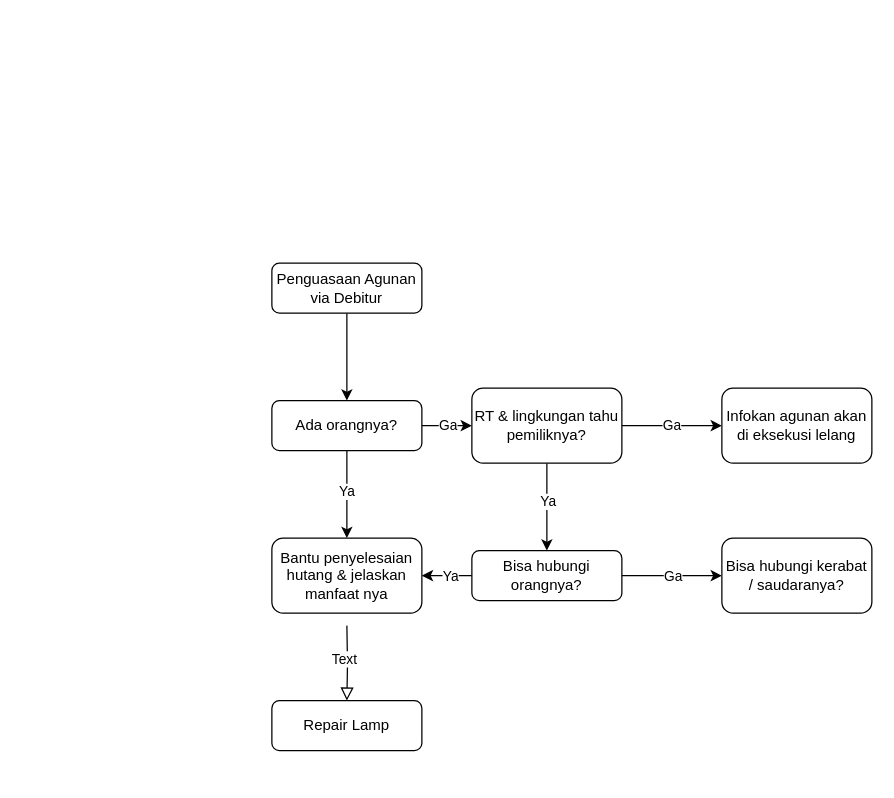
Above: Untitled Diagram.drawio in syamsulalam/diagrams.net (draw.io), before the change. Source tidied: cells renumbered, new cells numbered last; positions are measured from the earlier drawing's top-left corner, leaving out a move shared by most shapes. Both pictures are drawn from the tidied source at 125%, with x=0, y=0 at pixel (271, 262).
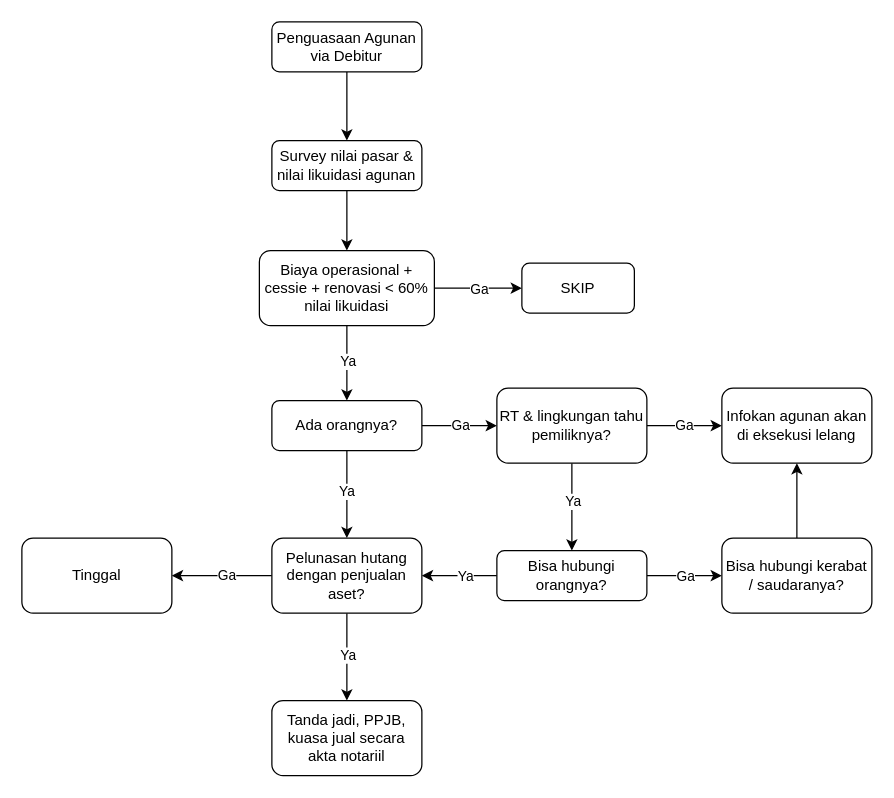
The same diagram, later.

The change refers to these unchanged cells:
```xml
<mxCell id="2" style="edgeStyle=orthogonalEdgeStyle;rounded=0;jettySize=auto;html=1;" parent="1" edge="1" source="3" target="23">
  <mxGeometry relative="1" as="geometry" />
</mxCell>
<mxCell id="16" value="Infokan agunan akan di eksekusi lelang" style="rounded=1;whiteSpace=wrap;html=1;glass=0;strokeWidth=1;shadow=0;" parent="1" vertex="1">
  <mxGeometry x="360" y="100" width="120" height="60" as="geometry" />
</mxCell>
<mxCell id="17" value="Bisa hubungi kerabat / saudaranya?" style="rounded=1;whiteSpace=wrap;html=1;glass=0;strokeWidth=1;shadow=0;" parent="1" vertex="1">
  <mxGeometry x="360" y="220" width="120" height="60" as="geometry" />
</mxCell>
```

Diff of the diagram source:
```diff
@@
+    <mxCell id="24" value="Ya" style="edgeLabel;html=1;align=center;verticalAlign=middle;" parent="2" vertex="1">
+      <mxGeometry x="0.03" relative="1" as="geometry">
+        <mxPoint y="-3" as="offset" />
+      </mxGeometry>
+    </mxCell>
+    <mxCell id="25" style="edgeStyle=orthogonalEdgeStyle;rounded=0;jettySize=auto;html=1;" parent="1" edge="1" source="3" target="38">
+      <mxGeometry relative="1" as="geometry" />
+    </mxCell>
+    <mxCell id="26" value="Ga" style="edgeLabel;html=1;align=center;verticalAlign=middle;" parent="25" vertex="1">
+      <mxGeometry x="-0.17" relative="1" as="geometry">
+        <mxPoint x="6" as="offset" />
+      </mxGeometry>
+    </mxCell>
-    <mxCell id="3" value="Penguasaan Agunan via Debitur" style="rounded=1;whiteSpace=wrap;html=1;fontSize=12;glass=0;strokeWidth=1;shadow=0;" parent="1" vertex="1">
-      <mxGeometry width="120" height="40" as="geometry" />
+    <mxCell id="3" value="Biaya operasional + cessie + renovasi &amp;lt; 60% nilai likuidasi" style="rounded=1;whiteSpace=wrap;html=1;fontSize=12;glass=0;strokeWidth=1;shadow=0;" parent="1" vertex="1">
+      <mxGeometry x="-10" y="-10" width="140" height="60" as="geometry" />
     </mxCell>
@@
     <mxCell id="7" value="RT &amp;amp; lingkungan tahu pemiliknya?" style="rounded=1;whiteSpace=wrap;html=1;fontSize=12;glass=0;strokeWidth=1;shadow=0;" parent="1" vertex="1">
-      <mxGeometry x="160" y="100" width="120" height="60" as="geometry" />
+      <mxGeometry x="180" y="100" width="120" height="60" as="geometry" />
     </mxCell>
-    <mxCell id="8" style="rounded=0;html=1;jettySize=auto;fontSize=11;endArrow=block;endFill=0;endSize=8;strokeWidth=1;shadow=0;labelBackgroundColor=none;edgeStyle=orthogonalEdgeStyle;" parent="1" edge="1" target="10">
-      <mxGeometry x="0.33" y="20" relative="1" as="geometry">
-        <mxPoint x="60" y="290" as="sourcePoint" />
-      </mxGeometry>
-    </mxCell>
-    <mxCell id="9" value="Text" style="edgeLabel;html=1;align=center;verticalAlign=middle;" parent="8" vertex="1">
-      <mxGeometry x="-0.13" y="-3" relative="1" as="geometry" />
-    </mxCell>
-    <mxCell id="10" value="Repair Lamp" style="rounded=1;whiteSpace=wrap;html=1;fontSize=12;glass=0;strokeWidth=1;shadow=0;" parent="1" vertex="1">
-      <mxGeometry y="350" width="120" height="40" as="geometry" />
-    </mxCell>
@@
     <mxCell id="15" value="Bisa hubungi orangnya?" style="rounded=1;whiteSpace=wrap;html=1;fontSize=12;glass=0;strokeWidth=1;shadow=0;" parent="1" vertex="1">
-      <mxGeometry x="160" y="230" width="120" height="40" as="geometry" />
+      <mxGeometry x="180" y="230" width="120" height="40" as="geometry" />
     </mxCell>
@@
+    <mxCell id="27" style="edgeStyle=orthogonalEdgeStyle;rounded=0;jettySize=auto;html=1;" parent="1" edge="1" source="17" target="16">
+      <mxGeometry relative="1" as="geometry" />
+    </mxCell>
@@
+    <mxCell id="28" style="edgeStyle=orthogonalEdgeStyle;rounded=0;jettySize=auto;html=1;entryX=0.5;entryY=0;entryDx=0;entryDy=0;" parent="1" edge="1" source="18" target="33">
+      <mxGeometry relative="1" as="geometry" />
+    </mxCell>
+    <mxCell id="29" value="Ya" style="edgeLabel;html=1;align=center;verticalAlign=middle;" parent="28" vertex="1">
+      <mxGeometry x="-0.07" relative="1" as="geometry" />
+    </mxCell>
+    <mxCell id="30" style="edgeStyle=orthogonalEdgeStyle;rounded=0;jettySize=auto;html=1;" parent="1" edge="1" source="18" target="32">
+      <mxGeometry relative="1" as="geometry" />
+    </mxCell>
+    <mxCell id="31" value="Ga" style="edgeLabel;html=1;align=center;verticalAlign=middle;" parent="30" vertex="1">
+      <mxGeometry x="-0.07" y="-1" relative="1" as="geometry" />
+    </mxCell>
-    <mxCell id="18" value="Bantu penyelesaian hutang &amp;amp; jelaskan manfaat nya" style="whiteSpace=wrap;html=1;rounded=1;glass=0;strokeWidth=1;shadow=0;" parent="1" vertex="1">
+    <mxCell id="18" value="Pelunasan hutang dengan penjualan aset?" style="whiteSpace=wrap;html=1;rounded=1;glass=0;strokeWidth=1;shadow=0;" parent="1" vertex="1">
       <mxGeometry y="220" width="120" height="60" as="geometry" />
     </mxCell>
@@
+    <mxCell id="32" value="Tinggal" style="whiteSpace=wrap;html=1;rounded=1;glass=0;strokeWidth=1;shadow=0;" parent="1" vertex="1">
+      <mxGeometry x="-200" y="220" width="120" height="60" as="geometry" />
+    </mxCell>
+    <mxCell id="33" value="Tanda jadi, PPJB, kuasa jual secara akta notariil" style="whiteSpace=wrap;html=1;rounded=1;glass=0;strokeWidth=1;shadow=0;" parent="1" vertex="1">
+      <mxGeometry y="350" width="120" height="60" as="geometry" />
+    </mxCell>
+    <mxCell id="34" style="edgeStyle=orthogonalEdgeStyle;rounded=0;jettySize=auto;html=1;" parent="1" edge="1" source="35" target="3">
+      <mxGeometry relative="1" as="geometry" />
+    </mxCell>
+    <mxCell id="35" value="Survey nilai pasar &amp;amp; nilai likuidasi agunan" style="rounded=1;whiteSpace=wrap;html=1;fontSize=12;glass=0;strokeWidth=1;shadow=0;" parent="1" vertex="1">
+      <mxGeometry y="-98" width="120" height="40" as="geometry" />
+    </mxCell>
+    <mxCell id="36" style="edgeStyle=orthogonalEdgeStyle;rounded=0;jettySize=auto;html=1;" parent="1" edge="1" source="37" target="35">
+      <mxGeometry relative="1" as="geometry" />
+    </mxCell>
+    <mxCell id="37" value="Penguasaan Agunan via Debitur" style="rounded=1;whiteSpace=wrap;html=1;fontSize=12;glass=0;strokeWidth=1;shadow=0;" parent="1" vertex="1">
+      <mxGeometry y="-193" width="120" height="40" as="geometry" />
+    </mxCell>
+    <mxCell id="38" value="SKIP" style="whiteSpace=wrap;html=1;rounded=1;glass=0;strokeWidth=1;shadow=0;" parent="1" vertex="1">
+      <mxGeometry x="200" width="90" height="40" as="geometry" />
+    </mxCell>
+    <mxCell id="39" style="edgeStyle=orthogonalEdgeStyle;rounded=0;orthogonalLoop=1;jettySize=auto;html=1;exitX=0.5;exitY=1;exitDx=0;exitDy=0;" parent="1" edge="1" source="38" target="38">
+      <mxGeometry relative="1" as="geometry" />
+    </mxCell>
```
